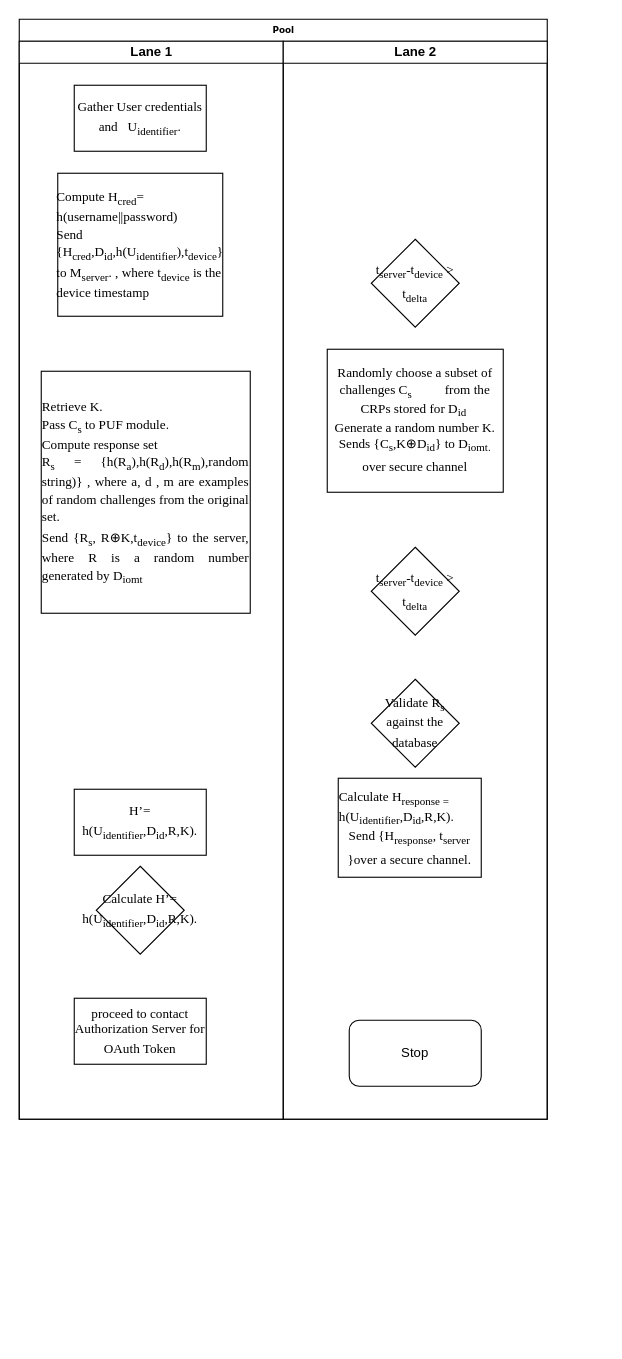
This is Authentication.drawio from vivinkrishnan/drawio, a draw.io file, before an edit. Source tidied: cells renumbered, new cells numbered last; positions are measured from the earlier drawing's top-left corner, leaving out a move shared by most shapes. Both pictures are drawn from the tidied source at 110%, with x=0, y=0 at pixel (19, 19).
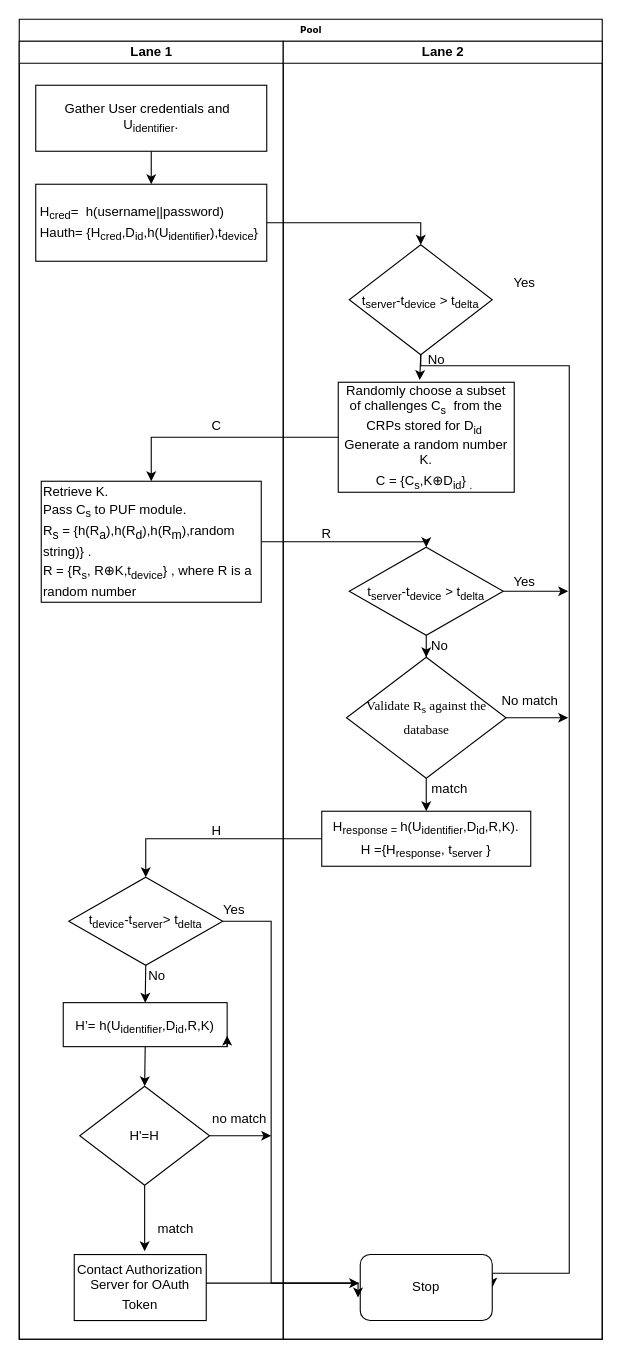
The same diagram, later.

What changed in the source:
```diff
@@
     <mxCell id="2" value="Pool" style="swimlane;html=1;startSize=20;rounded=0;shadow=0;labelBackgroundColor=none;strokeWidth=1;fontFamily=Verdana;fontSize=8;align=center;" parent="1" vertex="1">
-      <mxGeometry width="480" height="1000" as="geometry" />
+      <mxGeometry width="530" height="1200" as="geometry" />
     </mxCell>
@@
     <mxCell id="12" value="Lane 1" style="swimlane;html=1;startSize=20;" parent="2" vertex="1">
-      <mxGeometry y="20" width="240" height="980" as="geometry" />
+      <mxGeometry y="20" width="240" height="1180" as="geometry" />
     </mxCell>
+    <mxCell id="26" style="edgeStyle=orthogonalEdgeStyle;rounded=0;jettySize=auto;html=1;entryX=0.5;entryY=0;entryDx=0;entryDy=0;" parent="12" edge="1" source="13" target="14">
+      <mxGeometry relative="1" as="geometry" />
+    </mxCell>
-    <mxCell id="13" value="&lt;span style=&quot;font-size: 9pt ; font-family: &amp;#34;times&amp;#34;&quot;&gt;Gather User credentials and&amp;nbsp;&amp;nbsp; U&lt;sub&gt;identifier&lt;/sub&gt;.&lt;/span&gt;&lt;span style=&quot;font-size: medium&quot;&gt;&lt;/span&gt;" style="rounded=0;whiteSpace=wrap;html=1;" parent="12" vertex="1">
-      <mxGeometry x="50" y="40" width="120" height="60" as="geometry" />
+    <mxCell id="13" value="&lt;div&gt;&lt;span style=&quot;font-size: 9pt&quot;&gt;Gather User credentials and&amp;nbsp;&amp;nbsp; U&lt;/span&gt;&lt;sub&gt;identifier&lt;/sub&gt;&lt;span style=&quot;font-size: 9pt&quot;&gt;.&lt;/span&gt;&lt;/div&gt;&lt;span style=&quot;font-size: medium&quot;&gt;&lt;/span&gt;" style="rounded=0;whiteSpace=wrap;html=1;" parent="12" vertex="1">
+      <mxGeometry x="15" y="40" width="210" height="60" as="geometry" />
     </mxCell>
-    <mxCell id="14" value="&lt;p class=&quot;MsoNormal&quot; align=&quot;left&quot; style=&quot;margin: 6pt 0cm ; text-align: left ; text-indent: 0cm ; font-size: 10pt ; font-family: &amp;#34;times&amp;#34;&quot;&gt;&lt;span style=&quot;font-size: 9pt&quot;&gt;Compute H&lt;sub&gt;cred&lt;/sub&gt;=&amp;nbsp; h(username||password)&lt;br&gt;Send {H&lt;sub&gt;cred&lt;/sub&gt;,D&lt;sub&gt;id&lt;/sub&gt;,h(U&lt;sub&gt;identifier&lt;/sub&gt;),t&lt;sub&gt;device&lt;/sub&gt;} to M&lt;sub&gt;server&lt;/sub&gt;. , where t&lt;sub&gt;device&lt;/sub&gt; is the device timestamp&lt;/span&gt;&lt;/p&gt;" style="rounded=0;whiteSpace=wrap;html=1;" parent="12" vertex="1">
-      <mxGeometry x="35" y="120" width="150" height="130" as="geometry" />
+    <mxCell id="14" value="&lt;p class=&quot;MsoNormal&quot; align=&quot;left&quot; style=&quot;margin: 6pt 0cm ; text-align: left ; text-indent: 0cm ; font-size: 10pt&quot;&gt;&lt;span style=&quot;font-size: 9pt&quot;&gt;H&lt;sub&gt;cred&lt;/sub&gt;=&amp;nbsp; h(username||password)&lt;br&gt;Hauth= {H&lt;sub&gt;cred&lt;/sub&gt;,D&lt;sub&gt;id&lt;/sub&gt;,h(U&lt;sub&gt;identifier&lt;/sub&gt;),t&lt;sub&gt;device&lt;/sub&gt;}&amp;nbsp;&lt;/span&gt;&lt;/p&gt;" style="rounded=0;whiteSpace=wrap;html=1;" parent="12" vertex="1">
+      <mxGeometry x="15" y="130" width="210" height="70" as="geometry" />
     </mxCell>
-    <mxCell id="15" value="&lt;p class=&quot;MsoNormal&quot; style=&quot;margin: 0cm ; text-align: justify ; text-indent: 0cm ; font-size: 10pt ; font-family: &amp;#34;times&amp;#34;&quot;&gt;&lt;span style=&quot;font-size: 9pt&quot;&gt;Retrieve K.&lt;br&gt;Pass C&lt;sub&gt;s&lt;/sub&gt; to PUF module.&lt;/span&gt;&lt;/p&gt;&lt;p class=&quot;MsoNormal&quot; style=&quot;margin: 0cm ; text-align: justify ; text-indent: 0cm ; font-size: 10pt ; font-family: &amp;#34;times&amp;#34;&quot;&gt;&lt;span style=&quot;font-size: 9pt&quot;&gt;Compute response set&lt;/span&gt;&lt;/p&gt;&lt;p class=&quot;MsoNormal&quot; style=&quot;margin: 0cm ; text-align: justify ; text-indent: 0cm ; font-size: 10pt ; font-family: &amp;#34;times&amp;#34;&quot;&gt;&lt;span style=&quot;font-size: 9pt&quot;&gt;R&lt;sub&gt;s&lt;/sub&gt; = {h(R&lt;sub&gt;a&lt;/sub&gt;),h(R&lt;sub&gt;d&lt;/sub&gt;),h(R&lt;sub&gt;m&lt;/sub&gt;),random string)} , where a, d , m are examples of random challenges from the original set.&lt;sub&gt;&amp;nbsp;&amp;nbsp;&amp;nbsp;&amp;nbsp;&amp;nbsp;&amp;nbsp;&lt;/sub&gt;&lt;br&gt;Send {R&lt;sub&gt;s&lt;/sub&gt;, R&lt;/span&gt;&lt;span style=&quot;font-size: 9pt ; font-family: &amp;#34;cambria math&amp;#34; , serif&quot;&gt;⊕&lt;/span&gt;&lt;span style=&quot;font-size: 9pt&quot;&gt;K,t&lt;sub&gt;device&lt;/sub&gt;} to the server, where R is a random number generated by D&lt;sub&gt;iomt&lt;/sub&gt;&lt;/span&gt;&lt;/p&gt;" style="rounded=0;whiteSpace=wrap;html=1;" parent="12" vertex="1">
-      <mxGeometry x="20" y="300" width="190" height="220" as="geometry" />
+    <mxCell id="15" value="&lt;p class=&quot;MsoNormal&quot; style=&quot;margin: 0cm ; text-indent: 0cm ; font-size: 10pt&quot;&gt;&lt;span style=&quot;font-size: 9pt&quot;&gt;Retrieve K.&lt;br&gt;Pass C&lt;sub&gt;s&lt;/sub&gt; to PUF module.&lt;/span&gt;&lt;/p&gt;&lt;p class=&quot;MsoNormal&quot; style=&quot;margin: 0cm ; text-indent: 0cm ; font-size: 10pt&quot;&gt;&lt;span style=&quot;font-size: 9pt ; text-indent: 0cm&quot;&gt;R&lt;/span&gt;&lt;sub style=&quot;text-indent: 0cm&quot;&gt;s&lt;/sub&gt;&lt;span style=&quot;font-size: 9pt ; text-indent: 0cm&quot;&gt; = {h(R&lt;/span&gt;&lt;sub style=&quot;text-indent: 0cm&quot;&gt;a&lt;/sub&gt;&lt;span style=&quot;font-size: 9pt ; text-indent: 0cm&quot;&gt;),h(R&lt;/span&gt;&lt;sub style=&quot;text-indent: 0cm&quot;&gt;d&lt;/sub&gt;&lt;span style=&quot;font-size: 9pt ; text-indent: 0cm&quot;&gt;),h(R&lt;/span&gt;&lt;sub style=&quot;text-indent: 0cm&quot;&gt;m&lt;/sub&gt;&lt;span style=&quot;font-size: 9pt ; text-indent: 0cm&quot;&gt;),random string)} .&lt;/span&gt;&lt;sub style=&quot;text-indent: 0cm&quot;&gt;&amp;nbsp; &amp;nbsp; &amp;nbsp;&amp;nbsp;&lt;/sub&gt;&lt;br&gt;&lt;/p&gt;&lt;p class=&quot;MsoNormal&quot; style=&quot;margin: 0cm ; text-indent: 0cm ; font-size: 10pt&quot;&gt;&lt;span style=&quot;font-size: 9pt&quot;&gt;R = {R&lt;sub&gt;s&lt;/sub&gt;, R&lt;/span&gt;&lt;span style=&quot;font-size: 9pt&quot;&gt;⊕&lt;/span&gt;&lt;span style=&quot;font-size: 9pt&quot;&gt;K,t&lt;sub&gt;device&lt;/sub&gt;} , where R is a random number&lt;/span&gt;&lt;/p&gt;" style="rounded=0;whiteSpace=wrap;html=1;align=left;" parent="12" vertex="1">
+      <mxGeometry x="20" y="400" width="200" height="110" as="geometry" />
     </mxCell>
-    <mxCell id="16" value="&lt;span style=&quot;font-size: 9pt ; font-family: &amp;#34;times&amp;#34;&quot;&gt;Calculate H’= h(U&lt;sub&gt;identifier&lt;/sub&gt;,D&lt;sub&gt;id&lt;/sub&gt;,R,K).&lt;/span&gt;&lt;span style=&quot;font-size: medium&quot;&gt;&lt;/span&gt;" style="rhombus;whiteSpace=wrap;html=1;" parent="12" vertex="1">
-      <mxGeometry x="70" y="750" width="80" height="80" as="geometry" />
+    <mxCell id="16" value="H'=H" style="rhombus;whiteSpace=wrap;html=1;" parent="12" vertex="1">
+      <mxGeometry x="55" y="950" width="118" height="90" as="geometry" />
     </mxCell>
-    <mxCell id="17" value="&lt;span style=&quot;font-size: 9pt ; font-family: &amp;#34;times&amp;#34;&quot;&gt;proceed to contact Authorization Server for OAuth Token&lt;/span&gt;&lt;span style=&quot;font-size: medium&quot;&gt;&lt;/span&gt;" style="rounded=0;whiteSpace=wrap;html=1;" parent="12" vertex="1">
-      <mxGeometry x="50" y="870" width="120" height="60" as="geometry" />
+    <mxCell id="17" value="&lt;span style=&quot;font-size: 9pt&quot;&gt;Contact Authorization Server for OAuth Token&lt;/span&gt;&lt;span style=&quot;font-size: medium&quot;&gt;&lt;/span&gt;" style="rounded=0;whiteSpace=wrap;html=1;" parent="12" vertex="1">
+      <mxGeometry x="50" y="1103" width="120" height="60" as="geometry" />
     </mxCell>
+    <mxCell id="27" style="edgeStyle=orthogonalEdgeStyle;rounded=0;jettySize=auto;html=1;exitX=0.5;exitY=1;exitDx=0;exitDy=0;entryX=0.5;entryY=0;entryDx=0;entryDy=0;" parent="12" edge="1" source="18" target="16">
+      <mxGeometry relative="1" as="geometry" />
+    </mxCell>
-    <mxCell id="18" value="&lt;span style=&quot;font-size: 9pt ; font-family: &amp;#34;times&amp;#34;&quot;&gt;H’= h(U&lt;sub&gt;identifier&lt;/sub&gt;,D&lt;sub&gt;id&lt;/sub&gt;,R,K).&lt;/span&gt;&lt;span style=&quot;font-size: medium&quot;&gt;&lt;/span&gt;" style="rounded=0;whiteSpace=wrap;html=1;" parent="12" vertex="1">
-      <mxGeometry x="50" y="680" width="120" height="60" as="geometry" />
+    <mxCell id="18" value="&lt;span style=&quot;font-size: 9pt&quot;&gt;H’= h(U&lt;sub&gt;identifier&lt;/sub&gt;,D&lt;sub&gt;id&lt;/sub&gt;,R,K)&lt;/span&gt;&lt;span style=&quot;font-size: medium&quot;&gt;&lt;/span&gt;" style="rounded=0;whiteSpace=wrap;html=1;" parent="12" vertex="1">
+      <mxGeometry x="40" y="874" width="149" height="40" as="geometry" />
     </mxCell>
+    <mxCell id="28" style="edgeStyle=orthogonalEdgeStyle;rounded=0;jettySize=auto;html=1;exitX=0.5;exitY=1;exitDx=0;exitDy=0;entryX=0.5;entryY=0;entryDx=0;entryDy=0;" parent="12" edge="1" source="29" target="18">
+      <mxGeometry relative="1" as="geometry" />
+    </mxCell>
+    <mxCell id="29" value="t&lt;sub&gt;device&lt;/sub&gt;-t&lt;sub&gt;server&lt;/sub&gt;&amp;gt;&amp;nbsp;t&lt;sub&gt;delta&lt;/sub&gt;" style="rhombus;whiteSpace=wrap;html=1;" parent="12" vertex="1">
+      <mxGeometry x="45" y="760" width="140" height="80" as="geometry" />
+    </mxCell>
+    <mxCell id="30" value="Yes" style="text;html=1;align=center;verticalAlign=middle;" parent="12" vertex="1">
+      <mxGeometry x="175" y="780" width="40" height="20" as="geometry" />
+    </mxCell>
+    <mxCell id="31" value="No" style="text;html=1;align=center;verticalAlign=middle;" parent="12" vertex="1">
+      <mxGeometry x="110" y="840" width="30" height="20" as="geometry" />
+    </mxCell>
+    <mxCell id="32" style="edgeStyle=orthogonalEdgeStyle;rounded=0;orthogonalLoop=1;jettySize=auto;html=1;exitX=0.5;exitY=1;exitDx=0;exitDy=0;" parent="12" edge="1" source="18" target="18">
+      <mxGeometry relative="1" as="geometry" />
+    </mxCell>
+    <mxCell id="33" style="edgeStyle=orthogonalEdgeStyle;rounded=0;orthogonalLoop=1;jettySize=auto;html=1;exitX=1;exitY=1;exitDx=0;exitDy=0;entryX=1;entryY=0.75;entryDx=0;entryDy=0;" parent="12" edge="1" source="18" target="18">
+      <mxGeometry relative="1" as="geometry" />
+    </mxCell>
+    <mxCell id="34" value="no match" style="text;html=1;align=center;verticalAlign=middle;" parent="12" vertex="1">
+      <mxGeometry x="170" y="970" width="60" height="20" as="geometry" />
+    </mxCell>
     <mxCell id="19" value="Lane 2" style="swimlane;html=1;startSize=20;" parent="2" vertex="1">
-      <mxGeometry x="240" y="20" width="240" height="980" as="geometry" />
+      <mxGeometry x="240" y="20" width="290" height="1180" as="geometry" />
     </mxCell>
+    <mxCell id="35" style="edgeStyle=orthogonalEdgeStyle;rounded=0;jettySize=auto;html=1;entryX=1;entryY=0.5;entryDx=0;entryDy=0;" parent="19" edge="1" source="20" target="25">
+      <mxGeometry relative="1" as="geometry">
+        <Array as="points">
+          <mxPoint x="260" y="295" />
+          <mxPoint x="260" y="1120" />
+        </Array>
+      </mxGeometry>
+    </mxCell>
+    <mxCell id="36" style="edgeStyle=orthogonalEdgeStyle;rounded=0;jettySize=auto;html=1;exitX=0.5;exitY=1;exitDx=0;exitDy=0;entryX=0.463;entryY=-0.02;entryDx=0;entryDy=0;entryPerimeter=0;" parent="19" edge="1" source="20" target="21">
+      <mxGeometry relative="1" as="geometry" />
+    </mxCell>
-    <mxCell id="20" value="&lt;span style=&quot;font-size: 9pt ; font-family: &amp;#34;times&amp;#34;&quot;&gt;t&lt;sub&gt;server&lt;/sub&gt;-t&lt;sub&gt;device&lt;/sub&gt; &amp;gt; t&lt;sub&gt;delta&lt;/sub&gt;&lt;/span&gt;&lt;span style=&quot;font-size: medium&quot;&gt;&lt;/span&gt;" style="rhombus;whiteSpace=wrap;html=1;" parent="19" vertex="1">
-      <mxGeometry x="80" y="180" width="80" height="80" as="geometry" />
+    <mxCell id="20" value="&lt;span style=&quot;font-size: 9pt&quot;&gt;t&lt;sub&gt;server&lt;/sub&gt;-t&lt;sub&gt;device&lt;/sub&gt; &amp;gt; t&lt;sub&gt;delta&lt;/sub&gt;&lt;/span&gt;&lt;span style=&quot;font-size: medium&quot;&gt;&lt;/span&gt;" style="rhombus;whiteSpace=wrap;html=1;" parent="19" vertex="1">
+      <mxGeometry x="60" y="185" width="130" height="100" as="geometry" />
     </mxCell>
-    <mxCell id="21" value="&lt;span style=&quot;font-size: 9pt ; font-family: &amp;#34;times&amp;#34;&quot;&gt;Randomly choose a subset of challenges C&lt;sub&gt;s&lt;/sub&gt; &amp;nbsp;&amp;nbsp;&amp;nbsp;&amp;nbsp;&amp;nbsp;&amp;nbsp;&amp;nbsp;&amp;nbsp;&amp;nbsp;from the CRPs stored for D&lt;sub&gt;id&amp;nbsp;&lt;/sub&gt;&lt;br&gt;Generate a random number K.&lt;br&gt;Sends {C&lt;sub&gt;s&lt;/sub&gt;,K&lt;/span&gt;&lt;span style=&quot;font-size: 9pt ; font-family: &amp;#34;cambria math&amp;#34; , serif&quot;&gt;⊕&lt;/span&gt;&lt;span style=&quot;font-size: 9pt ; font-family: &amp;#34;times&amp;#34;&quot;&gt;D&lt;sub&gt;id&lt;/sub&gt;} to D&lt;sub&gt;iomt.&lt;/sub&gt; over secure channel&lt;/span&gt;&lt;span style=&quot;font-size: medium&quot;&gt;&lt;/span&gt;" style="rounded=0;whiteSpace=wrap;html=1;" parent="19" vertex="1">
-      <mxGeometry x="40" y="280" width="160" height="130" as="geometry" />
+    <mxCell id="21" value="&lt;span style=&quot;font-size: 9pt&quot;&gt;Randomly choose a subset of challenges C&lt;sub&gt;s&lt;/sub&gt;&amp;nbsp; from the CRPs stored for D&lt;sub&gt;id&amp;nbsp;&lt;/sub&gt;&lt;br&gt;Generate a random number K.&lt;br&gt;C = {C&lt;sub&gt;s&lt;/sub&gt;,K&lt;/span&gt;&lt;span style=&quot;font-size: 9pt&quot;&gt;⊕&lt;/span&gt;&lt;span style=&quot;font-size: 9pt&quot;&gt;D&lt;sub&gt;id&lt;/sub&gt;} &lt;sub style=&quot;font-family: &amp;#34;times&amp;#34;&quot;&gt;.&lt;/sub&gt;&lt;font face=&quot;times&quot;&gt;&amp;nbsp;&lt;/font&gt;&lt;/span&gt;&lt;span style=&quot;font-size: medium&quot;&gt;&lt;/span&gt;" style="rounded=0;whiteSpace=wrap;html=1;" parent="19" vertex="1">
+      <mxGeometry x="50" y="310" width="160" height="100" as="geometry" />
     </mxCell>
+    <mxCell id="37" style="edgeStyle=orthogonalEdgeStyle;rounded=0;jettySize=auto;html=1;entryX=0.5;entryY=0;entryDx=0;entryDy=0;" parent="19" edge="1" source="22" target="23">
+      <mxGeometry relative="1" as="geometry" />
+    </mxCell>
-    <mxCell id="22" value="&lt;span style=&quot;font-size: 9pt ; font-family: &amp;#34;times&amp;#34;&quot;&gt;t&lt;sub&gt;server&lt;/sub&gt;-t&lt;sub&gt;device&lt;/sub&gt; &amp;gt; t&lt;sub&gt;delta&lt;/sub&gt;&lt;/span&gt;&lt;span style=&quot;font-size: medium&quot;&gt;&lt;/span&gt;" style="rhombus;whiteSpace=wrap;html=1;" parent="19" vertex="1">
-      <mxGeometry x="80" y="460" width="80" height="80" as="geometry" />
+    <mxCell id="22" value="&lt;span style=&quot;font-size: 9pt&quot;&gt;t&lt;sub&gt;server&lt;/sub&gt;-t&lt;sub&gt;device&lt;/sub&gt; &amp;gt; t&lt;sub&gt;delta&lt;/sub&gt;&lt;/span&gt;&lt;span style=&quot;font-size: medium&quot;&gt;&lt;/span&gt;" style="rhombus;whiteSpace=wrap;html=1;" parent="19" vertex="1">
+      <mxGeometry x="60" y="460" width="140" height="80" as="geometry" />
     </mxCell>
+    <mxCell id="38" style="edgeStyle=orthogonalEdgeStyle;rounded=0;jettySize=auto;html=1;exitX=0.5;exitY=1;exitDx=0;exitDy=0;" parent="19" edge="1" source="23" target="24">
+      <mxGeometry relative="1" as="geometry" />
+    </mxCell>
     <mxCell id="23" value="&lt;span style=&quot;font-size: 9pt ; font-family: &amp;#34;times&amp;#34;&quot;&gt;Validate R&lt;sub&gt;s&lt;/sub&gt; against the database&lt;/span&gt;&lt;span style=&quot;font-size: medium&quot;&gt;&lt;/span&gt;" style="rhombus;whiteSpace=wrap;html=1;" parent="19" vertex="1">
-      <mxGeometry x="80" y="580" width="80" height="80" as="geometry" />
+      <mxGeometry x="57.5" y="560" width="145" height="110" as="geometry" />
     </mxCell>
-    <mxCell id="24" value="&lt;p class=&quot;MsoNormal&quot; align=&quot;left&quot; style=&quot;margin: 0cm ; text-align: left ; text-indent: 0cm ; font-size: 10pt ; font-family: &amp;#34;times&amp;#34;&quot;&gt;&lt;span style=&quot;font-size: 9pt&quot;&gt;Calculate H&lt;sub&gt;response = &lt;/sub&gt;h(U&lt;sub&gt;identifier&lt;/sub&gt;,D&lt;sub&gt;id&lt;/sub&gt;,R,K).&lt;/span&gt;&lt;/p&gt;&lt;span style=&quot;font-size: 9pt ; font-family: &amp;#34;times&amp;#34;&quot;&gt;Send {H&lt;sub&gt;response&lt;/sub&gt;, t&lt;sub&gt;server&lt;/sub&gt; }over a secure channel.&lt;/span&gt;&lt;span style=&quot;font-size: medium&quot;&gt;&lt;/span&gt;" style="rounded=0;whiteSpace=wrap;html=1;" parent="19" vertex="1">
-      <mxGeometry x="50" y="670" width="130" height="90" as="geometry" />
+    <mxCell id="24" value="&lt;p class=&quot;MsoNormal&quot; align=&quot;left&quot; style=&quot;margin: 0cm ; text-align: left ; text-indent: 0cm ; font-size: 10pt&quot;&gt;&lt;span style=&quot;font-size: 9pt&quot;&gt;H&lt;sub&gt;response = &lt;/sub&gt;h(U&lt;sub&gt;identifier&lt;/sub&gt;,D&lt;sub&gt;id&lt;/sub&gt;,R,K).&lt;/span&gt;&lt;/p&gt;&lt;span style=&quot;font-size: 9pt&quot;&gt;H ={H&lt;sub&gt;response&lt;/sub&gt;, t&lt;sub&gt;server&lt;/sub&gt; }&lt;/span&gt;&lt;span style=&quot;font-size: medium&quot;&gt;&lt;/span&gt;" style="rounded=0;whiteSpace=wrap;html=1;" parent="19" vertex="1">
+      <mxGeometry x="35" y="700" width="190" height="50" as="geometry" />
     </mxCell>
     <mxCell id="25" value="Stop" style="rounded=1;whiteSpace=wrap;html=1;" parent="19" vertex="1">
-      <mxGeometry x="60" y="890" width="120" height="60" as="geometry" />
+      <mxGeometry x="70" y="1103" width="120" height="60" as="geometry" />
     </mxCell>
+    <mxCell id="39" value="match" style="text;html=1;align=center;verticalAlign=middle;" parent="19" vertex="1">
+      <mxGeometry x="126" y="670" width="50" height="20" as="geometry" />
+    </mxCell>
+    <mxCell id="40" style="edgeStyle=orthogonalEdgeStyle;rounded=0;jettySize=auto;html=1;exitX=1;exitY=0.5;exitDx=0;exitDy=0;entryX=0.5;entryY=0;entryDx=0;entryDy=0;" parent="2" edge="1" source="14" target="20">
+      <mxGeometry relative="1" as="geometry" />
+    </mxCell>
+    <mxCell id="41" style="edgeStyle=orthogonalEdgeStyle;rounded=0;jettySize=auto;html=1;entryX=0.5;entryY=0;entryDx=0;entryDy=0;" parent="2" edge="1" source="21" target="15">
+      <mxGeometry relative="1" as="geometry" />
+    </mxCell>
+    <mxCell id="42" style="edgeStyle=orthogonalEdgeStyle;rounded=0;jettySize=auto;html=1;entryX=0.5;entryY=0;entryDx=0;entryDy=0;" parent="2" edge="1" source="15" target="22">
+      <mxGeometry relative="1" as="geometry">
+        <Array as="points">
+          <mxPoint x="370" y="475" />
+        </Array>
+      </mxGeometry>
+    </mxCell>
+    <mxCell id="43" style="edgeStyle=orthogonalEdgeStyle;rounded=0;jettySize=auto;html=1;entryX=0.5;entryY=0;entryDx=0;entryDy=0;" parent="2" edge="1" source="24" target="29">
+      <mxGeometry relative="1" as="geometry" />
+    </mxCell>
+    <mxCell id="44" style="edgeStyle=orthogonalEdgeStyle;rounded=0;jettySize=auto;html=1;entryX=-0.017;entryY=0.65;entryDx=0;entryDy=0;entryPerimeter=0;" parent="2" edge="1" source="29" target="25">
+      <mxGeometry relative="1" as="geometry">
+        <Array as="points">
+          <mxPoint x="229" y="820" />
+          <mxPoint x="229" y="1149" />
+          <mxPoint x="308" y="1149" />
+        </Array>
+      </mxGeometry>
+    </mxCell>
+    <mxCell id="45" style="edgeStyle=orthogonalEdgeStyle;rounded=0;jettySize=auto;html=1;" parent="1" edge="1" source="22">
+      <mxGeometry relative="1" as="geometry">
+        <mxPoint x="499" y="520" as="targetPoint" />
+      </mxGeometry>
+    </mxCell>
+    <mxCell id="46" style="edgeStyle=orthogonalEdgeStyle;rounded=0;jettySize=auto;html=1;" parent="1" edge="1" source="23">
+      <mxGeometry relative="1" as="geometry">
+        <mxPoint x="499" y="635" as="targetPoint" />
+      </mxGeometry>
+    </mxCell>
+    <mxCell id="47" value="Yes" style="text;html=1;align=center;verticalAlign=middle;" parent="1" vertex="1">
+      <mxGeometry x="439" y="230" width="40" height="20" as="geometry" />
+    </mxCell>
+    <mxCell id="48" value="Yes" style="text;html=1;align=center;verticalAlign=middle;" parent="1" vertex="1">
+      <mxGeometry x="439" y="502" width="40" height="20" as="geometry" />
+    </mxCell>
+    <mxCell id="49" value="No match" style="text;html=1;align=center;verticalAlign=middle;" parent="1" vertex="1">
+      <mxGeometry x="429" y="610" width="70" height="20" as="geometry" />
+    </mxCell>
+    <mxCell id="50" value="No" style="text;html=1;align=center;verticalAlign=middle;" parent="1" vertex="1">
+      <mxGeometry x="364" y="300" width="30" height="20" as="geometry" />
+    </mxCell>
+    <mxCell id="51" value="C" style="text;html=1;align=center;verticalAlign=middle;" parent="1" vertex="1">
+      <mxGeometry x="169" y="360" width="20" height="20" as="geometry" />
+    </mxCell>
+    <mxCell id="52" value="R" style="text;html=1;align=center;verticalAlign=middle;" parent="1" vertex="1">
+      <mxGeometry x="269" y="458" width="20" height="20" as="geometry" />
+    </mxCell>
+    <mxCell id="53" value="No" style="text;html=1;align=center;verticalAlign=middle;" parent="1" vertex="1">
+      <mxGeometry x="367" y="560" width="30" height="20" as="geometry" />
+    </mxCell>
+    <mxCell id="54" value="H" style="text;html=1;align=center;verticalAlign=middle;" parent="1" vertex="1">
+      <mxGeometry x="169" y="728" width="20" height="20" as="geometry" />
+    </mxCell>
+    <mxCell id="55" value="match" style="text;html=1;align=center;verticalAlign=middle;" parent="1" vertex="1">
+      <mxGeometry x="117" y="1090" width="50" height="20" as="geometry" />
+    </mxCell>
+    <mxCell id="56" style="edgeStyle=orthogonalEdgeStyle;rounded=0;orthogonalLoop=1;jettySize=auto;html=1;" parent="1" edge="1">
+      <mxGeometry relative="1" as="geometry">
+        <mxPoint x="170" y="1149" as="sourcePoint" />
+        <mxPoint x="309" y="1149" as="targetPoint" />
+      </mxGeometry>
+    </mxCell>
+    <mxCell id="57" style="edgeStyle=orthogonalEdgeStyle;rounded=0;jettySize=auto;html=1;" parent="1" edge="1" source="16">
+      <mxGeometry relative="1" as="geometry">
+        <mxPoint x="114" y="1120" as="targetPoint" />
+      </mxGeometry>
+    </mxCell>
+    <mxCell id="58" style="edgeStyle=orthogonalEdgeStyle;rounded=0;jettySize=auto;html=1;" parent="1" edge="1" source="16">
+      <mxGeometry relative="1" as="geometry">
+        <mxPoint x="229" y="1015" as="targetPoint" />
+      </mxGeometry>
+    </mxCell>
```
